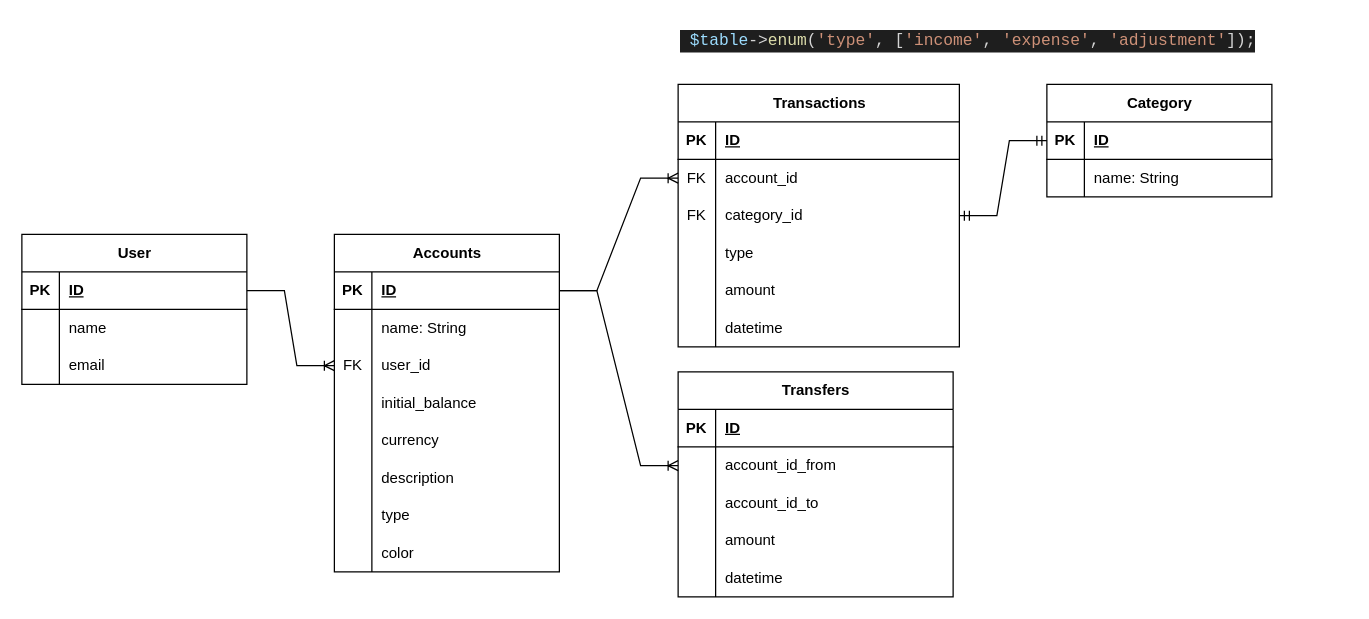
Above: budget_app.drawio in lucas-saavedra/budget-app (draw.io), before the change. Source tidied: cells renumbered, new cells numbered last; positions are measured from the earlier drawing's top-left corner, leaving out a move shared by most shapes. Both pictures are drawn from the tidied source at 125%, with x=0, y=0 at pixel (21, 21).
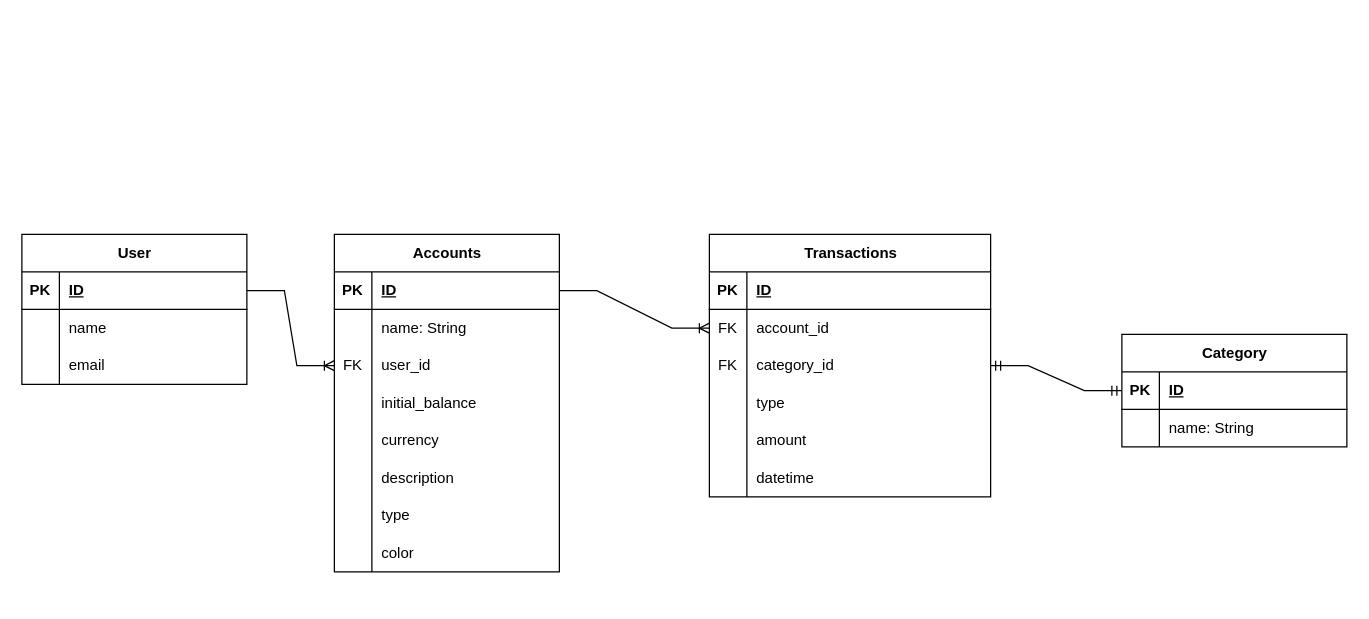
Above is the later version.

The change refers to these unchanged cells:
```xml
<mxCell id="13" style="shape=tableRow;horizontal=0;startSize=0;swimlaneHead=0;swimlaneBody=0;fillColor=none;points=[[0,0.5],[1,0.5]];portConstraint=eastwest;top=0;left=0;right=0;bottom=1;rounded=0;labelBackgroundColor=none;" parent="12" vertex="1">
  <mxGeometry y="30" width="180" height="30" as="geometry" />
</mxCell>
```

The edit, as a diff of the source:
```diff
@@
     <mxCell id="38" value="Category" style="shape=table;startSize=30;childLayout=tableLayout;rowLines=0;fontStyle=1;align=center;html=1;rounded=0;labelBackgroundColor=none;" parent="1" vertex="1">
-      <mxGeometry x="820" y="50" width="180" height="90" as="geometry" />
+      <mxGeometry x="880" y="250" width="180" height="90" as="geometry" />
     </mxCell>
@@
     <mxCell id="45" value="Transactions" style="shape=table;startSize=30;childLayout=tableLayout;rowLines=0;fontStyle=1;align=center;html=1;rounded=0;labelBackgroundColor=none;" parent="1" vertex="1">
-      <mxGeometry x="525" y="50" width="225" height="210" as="geometry" />
+      <mxGeometry x="550" y="170" width="225" height="210" as="geometry" />
     </mxCell>
@@
-    <mxCell id="66" value="Transfers" style="shape=table;startSize=30;childLayout=tableLayout;rowLines=0;fontStyle=1;align=center;html=1;rounded=0;labelBackgroundColor=none;" parent="1" vertex="1">
-      <mxGeometry x="525" y="280" width="220" height="180" as="geometry" />
-    </mxCell>
-    <mxCell id="67" style="shape=tableRow;horizontal=0;startSize=0;swimlaneHead=0;swimlaneBody=0;fillColor=none;top=0;left=0;right=0;bottom=1;rounded=0;labelBackgroundColor=none;" parent="66" vertex="1">
-      <mxGeometry y="30" width="220" height="30" as="geometry" />
-    </mxCell>
-    <mxCell id="68" value="PK" style="shape=partialRectangle;fillColor=none;top=0;left=0;bottom=0;right=0;fontStyle=1;overflow=hidden;whiteSpace=wrap;html=1;rounded=0;labelBackgroundColor=none;" parent="67" vertex="1">
-      <mxGeometry width="30" height="30" as="geometry" />
-    </mxCell>
-    <mxCell id="69" value="ID" style="shape=partialRectangle;fillColor=none;top=0;left=0;bottom=0;right=0;align=left;spacingLeft=6;fontStyle=5;overflow=hidden;whiteSpace=wrap;html=1;rounded=0;labelBackgroundColor=none;" parent="67" vertex="1">
-      <mxGeometry x="30" width="190" height="30" as="geometry" />
-    </mxCell>
-    <mxCell id="70" style="shape=tableRow;horizontal=0;startSize=0;swimlaneHead=0;swimlaneBody=0;fillColor=none;points=[[0,0.5],[1,0.5]];portConstraint=eastwest;top=0;left=0;right=0;bottom=0;rounded=0;labelBackgroundColor=none;" parent="66" vertex="1">
-      <mxGeometry y="60" width="220" height="30" as="geometry" />
-    </mxCell>
-    <mxCell id="71" style="shape=partialRectangle;fillColor=none;top=0;left=0;bottom=0;right=0;overflow=hidden;whiteSpace=wrap;html=1;rounded=0;labelBackgroundColor=none;" parent="70" vertex="1">
-      <mxGeometry width="30" height="30" as="geometry" />
-    </mxCell>
-    <mxCell id="72" value="account_id_from" style="shape=partialRectangle;fillColor=none;top=0;left=0;bottom=0;right=0;align=left;spacingLeft=6;overflow=hidden;whiteSpace=wrap;html=1;rounded=0;labelBackgroundColor=none;" parent="70" vertex="1">
-      <mxGeometry x="30" width="190" height="30" as="geometry" />
-    </mxCell>
-    <mxCell id="73" style="shape=tableRow;horizontal=0;startSize=0;swimlaneHead=0;swimlaneBody=0;fillColor=none;top=0;left=0;right=0;bottom=0;rounded=0;labelBackgroundColor=none;" parent="66" vertex="1">
-      <mxGeometry y="90" width="220" height="30" as="geometry" />
-    </mxCell>
-    <mxCell id="74" style="shape=partialRectangle;fillColor=none;top=0;left=0;bottom=0;right=0;overflow=hidden;whiteSpace=wrap;html=1;rounded=0;labelBackgroundColor=none;" parent="73" vertex="1">
-      <mxGeometry width="30" height="30" as="geometry" />
-    </mxCell>
-    <mxCell id="75" value="account_id_to" style="shape=partialRectangle;fillColor=none;top=0;left=0;bottom=0;right=0;align=left;spacingLeft=6;overflow=hidden;whiteSpace=wrap;html=1;rounded=0;labelBackgroundColor=none;" parent="73" vertex="1">
-      <mxGeometry x="30" width="190" height="30" as="geometry" />
-    </mxCell>
-    <mxCell id="76" style="shape=tableRow;horizontal=0;startSize=0;swimlaneHead=0;swimlaneBody=0;fillColor=none;top=0;left=0;right=0;bottom=0;rounded=0;labelBackgroundColor=none;" parent="66" vertex="1">
-      <mxGeometry y="120" width="220" height="30" as="geometry" />
-    </mxCell>
-    <mxCell id="77" style="shape=partialRectangle;fillColor=none;top=0;left=0;bottom=0;right=0;overflow=hidden;whiteSpace=wrap;html=1;rounded=0;labelBackgroundColor=none;" parent="76" vertex="1">
-      <mxGeometry width="30" height="30" as="geometry" />
-    </mxCell>
-    <mxCell id="78" value="amount" style="shape=partialRectangle;fillColor=none;top=0;left=0;bottom=0;right=0;align=left;spacingLeft=6;overflow=hidden;whiteSpace=wrap;html=1;rounded=0;labelBackgroundColor=none;" parent="76" vertex="1">
-      <mxGeometry x="30" width="190" height="30" as="geometry" />
-    </mxCell>
-    <mxCell id="79" style="shape=tableRow;horizontal=0;startSize=0;swimlaneHead=0;swimlaneBody=0;fillColor=none;top=0;left=0;right=0;bottom=0;rounded=0;labelBackgroundColor=none;" parent="66" vertex="1">
-      <mxGeometry y="150" width="220" height="30" as="geometry" />
-    </mxCell>
-    <mxCell id="80" style="shape=partialRectangle;fillColor=none;top=0;left=0;bottom=0;right=0;overflow=hidden;whiteSpace=wrap;html=1;rounded=0;labelBackgroundColor=none;" parent="79" vertex="1">
-      <mxGeometry width="30" height="30" as="geometry" />
-    </mxCell>
-    <mxCell id="81" value="datetime" style="shape=partialRectangle;fillColor=none;top=0;left=0;bottom=0;right=0;align=left;spacingLeft=6;overflow=hidden;whiteSpace=wrap;html=1;rounded=0;labelBackgroundColor=none;" parent="79" vertex="1">
-      <mxGeometry x="30" width="190" height="30" as="geometry" />
-    </mxCell>
-    <mxCell id="82" style="edgeStyle=entityRelationEdgeStyle;fontSize=12;html=1;endArrow=ERoneToMany;rounded=0;labelBackgroundColor=none;fontColor=default;" parent="1" edge="1" source="13" target="70">
-      <mxGeometry relative="1" as="geometry" />
-    </mxCell>
-    <mxCell id="83" value="&lt;div style=&quot;color: rgb(212, 212, 212); background-color: rgb(30, 30, 30); font-family: &amp;quot;Cascadia Code&amp;quot;, Consolas, &amp;quot;Courier New&amp;quot;, monospace, Consolas, &amp;quot;Courier New&amp;quot;, monospace; font-weight: normal; font-size: 13px; line-height: 18px;&quot;&gt;&lt;div&gt;&lt;span style=&quot;color: #d4d4d4;&quot;&gt;&amp;nbsp;&lt;/span&gt;&lt;span style=&quot;color: #9cdcfe;&quot;&gt;$table&lt;/span&gt;&lt;span style=&quot;color: #d4d4d4;&quot;&gt;-&amp;gt;&lt;/span&gt;&lt;span style=&quot;color: #dcdcaa;&quot;&gt;enum&lt;/span&gt;&lt;span style=&quot;color: #d4d4d4;&quot;&gt;(&lt;/span&gt;&lt;span style=&quot;color: #ce9178;&quot;&gt;'type'&lt;/span&gt;&lt;span style=&quot;color: #d4d4d4;&quot;&gt;, [&lt;/span&gt;&lt;span style=&quot;color: #ce9178;&quot;&gt;'income'&lt;/span&gt;&lt;span style=&quot;color: #d4d4d4;&quot;&gt;, &lt;/span&gt;&lt;span style=&quot;color: #ce9178;&quot;&gt;'expense'&lt;/span&gt;&lt;span style=&quot;color: #d4d4d4;&quot;&gt;, &lt;/span&gt;&lt;span style=&quot;color: #ce9178;&quot;&gt;'adjustment'&lt;/span&gt;&lt;span style=&quot;color: #d4d4d4;&quot;&gt;]);&lt;/span&gt;&lt;/div&gt;&lt;/div&gt;" style="text;whiteSpace=wrap;html=1;" parent="1" vertex="1">
-      <mxGeometry x="525" width="480" height="40" as="geometry" />
-    </mxCell>
```
